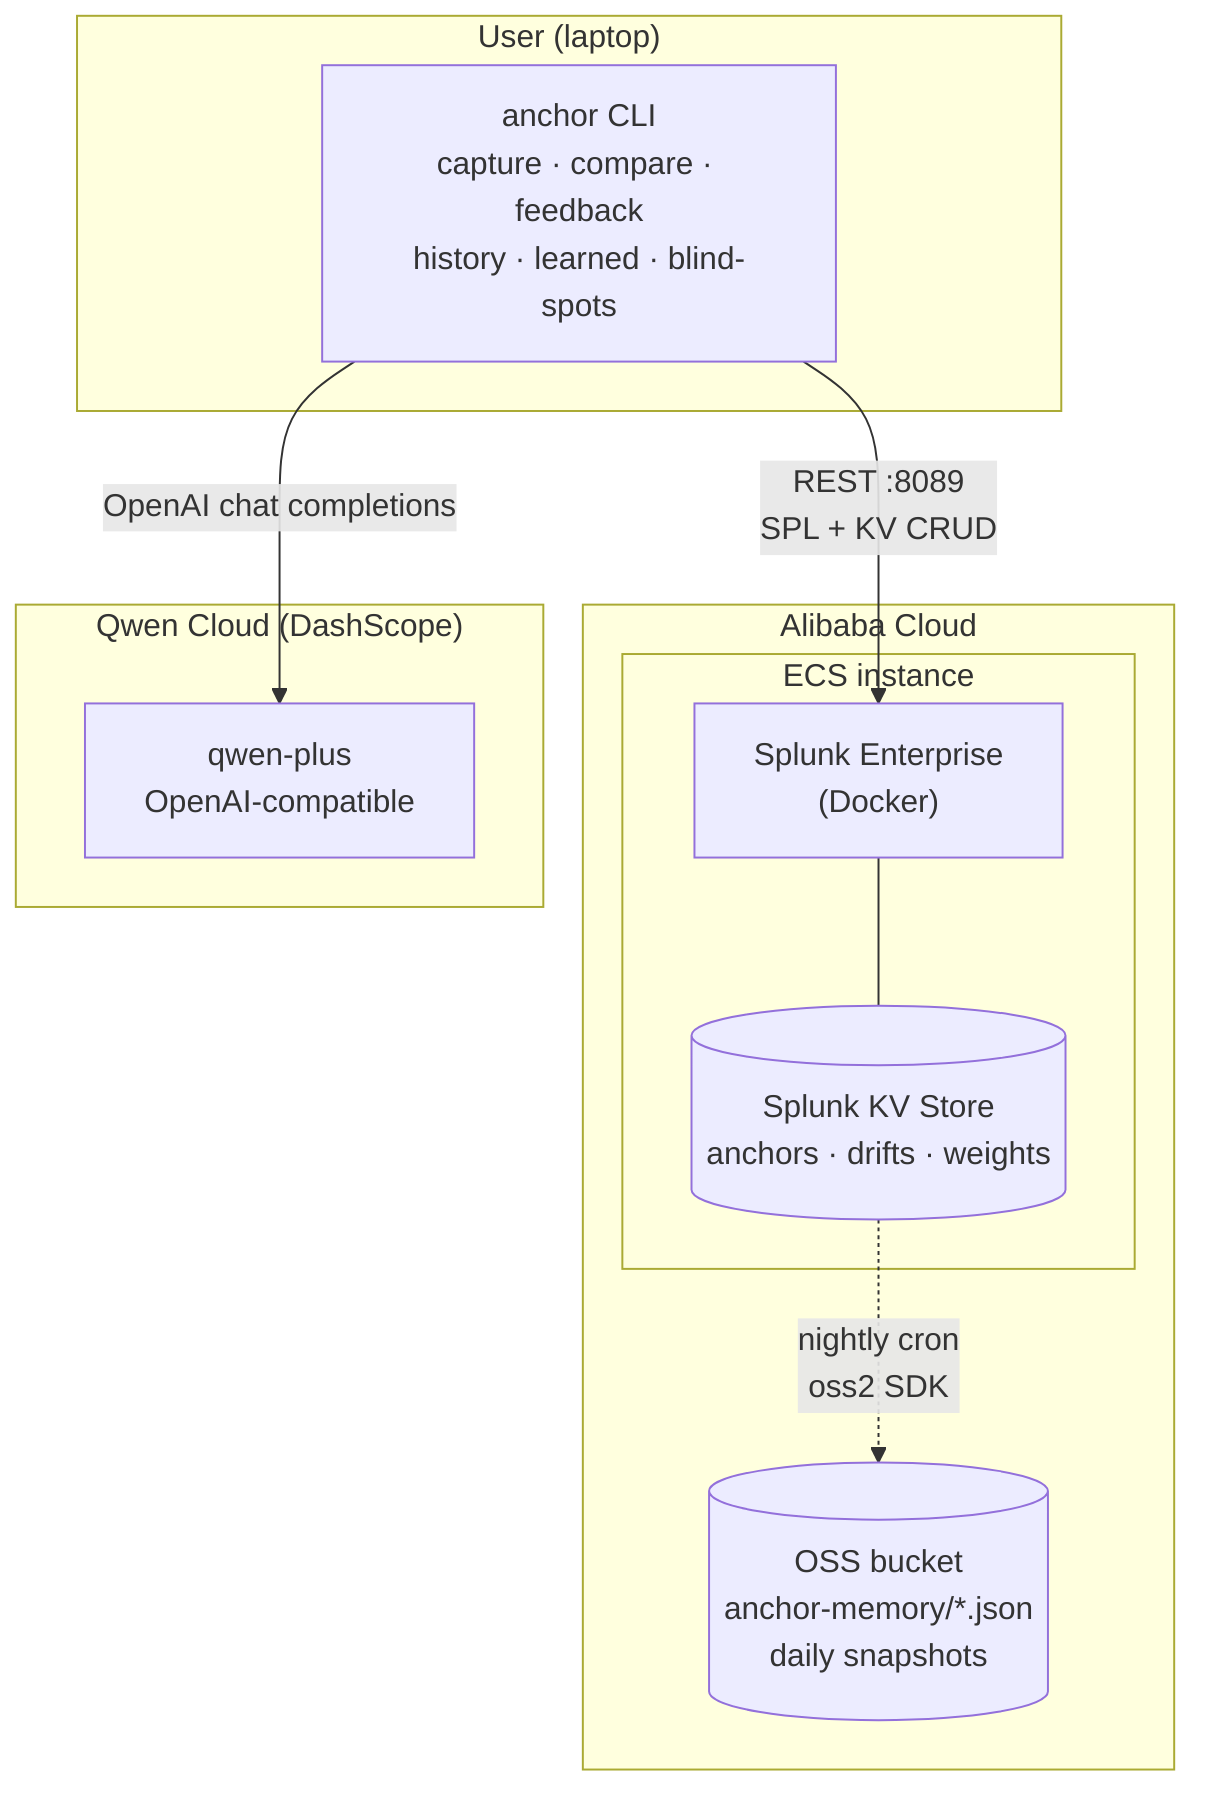
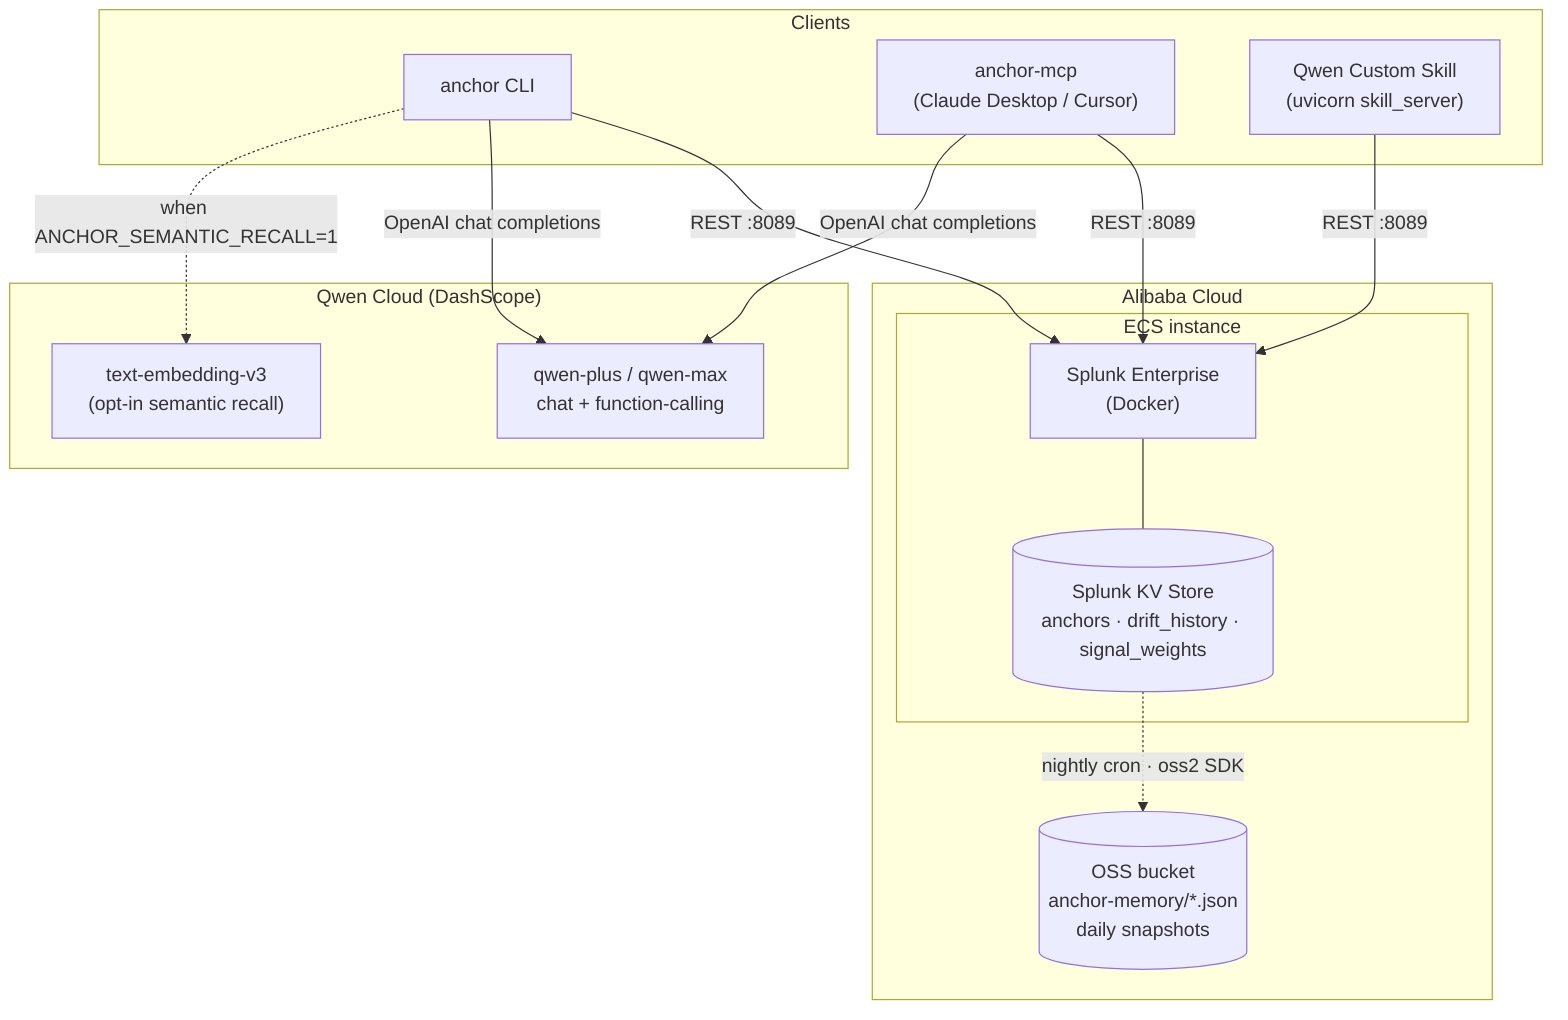
%% Architecture diagram for Anchor.
%% Mirrors the first ```mermaid``` block in /README.md "System overview".
%% If you change one, change the other — and re-render to docs/architecture.png:
%%   mmdc -i docs/architecture.mmd -o docs/architecture.png -t default -b white --width 1600 --scale 2
flowchart TB
-     subgraph Laptop["User (laptop)"]
-         CLI["anchor CLI<br/>capture · compare · feedback<br/>history · learned · blind-spots"]
+     subgraph Clients["Clients"]
+         CLI["anchor CLI"]
+         MCP["anchor-mcp<br/>(Claude Desktop / Cursor)"]
+         Skill["Qwen Custom Skill<br/>(uvicorn skill_server)"]
    end

    subgraph Alibaba["Alibaba Cloud"]
        subgraph ECS["ECS instance"]
            Splunk["Splunk Enterprise<br/>(Docker)"]
-             KV[("Splunk KV Store<br/>anchors · drifts · weights")]
+             KV[("Splunk KV Store<br/>anchors · drift_history · signal_weights")]
            Splunk --- KV
        end
        OSS[("OSS bucket<br/>anchor-memory/*.json<br/>daily snapshots")]
    end

-     subgraph Qwen["Qwen Cloud (DashScope)"]
-         QwenModel["qwen-plus<br/>OpenAI-compatible"]
+     subgraph QwenCloud["Qwen Cloud (DashScope)"]
+         QwenChat["qwen-plus / qwen-max<br/>chat + function-calling"]
+         QwenEmb["text-embedding-v3<br/>(opt-in semantic recall)"]
    end

-     CLI -->|REST :8089<br/>SPL + KV CRUD| Splunk
-     KV -.->|nightly cron<br/>oss2 SDK| OSS
-     CLI -->|OpenAI chat completions| QwenModel
+     CLI   -->|REST :8089| Splunk
+     MCP   -->|REST :8089| Splunk
+     Skill -->|REST :8089| Splunk
+     KV    -.->|nightly cron · oss2 SDK| OSS
+     CLI   -->|OpenAI chat completions| QwenChat
+     MCP   -->|OpenAI chat completions| QwenChat
+     CLI   -.->|when ANCHOR_SEMANTIC_RECALL=1| QwenEmb
